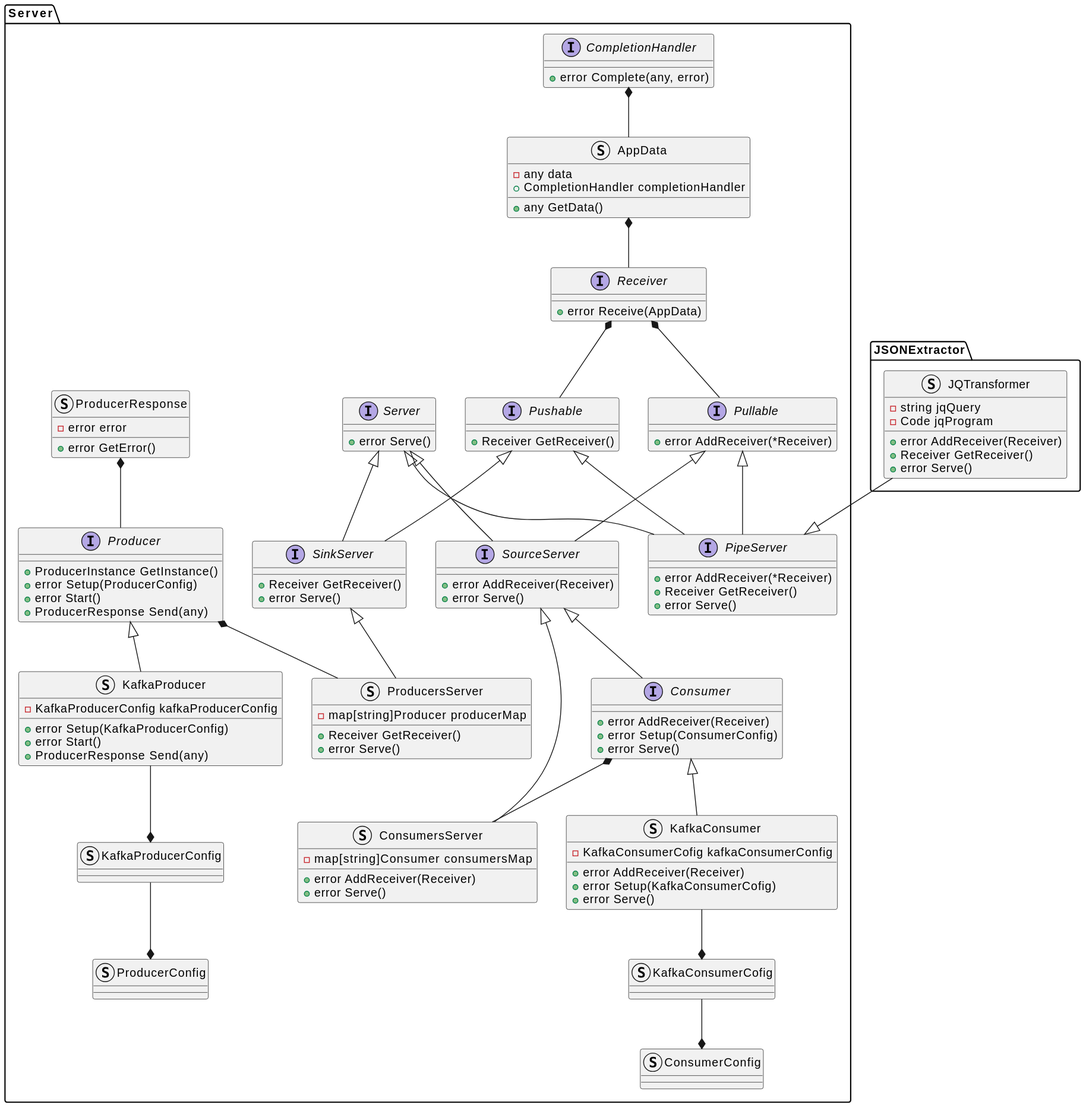
The PlantUML diagram docs/design_notes/DN1_JSON_Extractor/class_diagram.svg in xtuml/otel2pv, before a commit. Source of this version:
```plantuml
@startuml
namespace Server {
    interface CompletionHandler {
        +error Complete(any, error)
    }
    struct AppData {
        -any data
        +CompletionHandler completionHandler
        +any GetData()
    }
    interface Receiver {
        +error Receive(AppData)
    }
    interface Server {
        +error Serve()
    }
    interface Pullable {
        +error AddReceiver(*Receiver)
    }
    interface Pushable {
        +Receiver GetReceiver()
    }
    interface SourceServer {
        +error AddReceiver(Receiver)
        +error Serve()
    }
    interface SinkServer {
        +Receiver GetReceiver()
        +error Serve()
    }
    interface PipeServer {
        +error AddReceiver(*Receiver)
        +Receiver GetReceiver()
        +error Serve()
    }
    struct ProducerResponse {
        -error error
        +error GetError()
    }
    interface Producer {
        +ProducerInstance GetInstance()
        +error Setup(ProducerConfig)
        +error Start()
        +ProducerResponse Send(any)
    }
    interface Consumer {
        +error AddReceiver(Receiver)
        +error Setup(ConsumerConfig)
        +error Serve()
    }
    struct KafkaConsumer {
        -KafkaConsumerCofig kafkaConsumerConfig
        +error AddReceiver(Receiver)
        +error Setup(KafkaConsumerCofig)
        +error Serve()
    }
    struct KafkaProducer {
        -KafkaProducerConfig kafkaProducerConfig
        +error Setup(KafkaProducerConfig)
        +error Start()
        +ProducerResponse Send(any)
    }
    struct ProducersServer {
        -map[string]Producer producerMap
        +Receiver GetReceiver()
        +error Serve()
    }
    struct ConsumersServer {
        -map[string]Consumer consumersMap
        +error AddReceiver(Receiver)
        +error Serve()
    }
    struct KafkaConsumerCofig
    struct KafkaProducerConfig
    struct ProducerConfig
    struct ConsumerConfig
}
namespace JSONExtractor {
    struct JQTransformer {
        -string jqQuery
        -Code jqProgram
        +error AddReceiver(Receiver)
        +Receiver GetReceiver()
        +error Serve()
    }
}
Server.CompletionHandler *-- Server.AppData
Server.AppData *-- Server.Receiver
Server.Receiver *-- Server.Pullable
Server.Receiver *-- Server.Pushable
Server.Server <|-- Server.SourceServer
Server.Pullable <|-- Server.SourceServer
Server.Server <|-- Server.SinkServer
Server.Pushable <|-- Server.SinkServer
Server.Pushable <|-- Server.PipeServer
Server.Pullable <|-- Server.PipeServer
Server.Server <|-- Server.PipeServer

Server.ProducerResponse *-- Server.Producer
Server.Producer <|-- Server.KafkaProducer
Server.Consumer <|-- Server.KafkaConsumer
Server.Producer *-- Server.ProducersServer
Server.SinkServer <|-- Server.ProducersServer
Server.SourceServer <|-- Server.ConsumersServer
Server.Consumer *-- Server.ConsumersServer
Server.SourceServer <|-- Server.Consumer

Server.KafkaConsumerCofig *-up- Server.KafkaConsumer
Server.KafkaProducerConfig *-up- Server.KafkaProducer

Server.PipeServer <|-up- JSONExtractor.JQTransformer

Server.ProducerConfig *-up- Server.KafkaProducerConfig
Server.ConsumerConfig *-up- Server.KafkaConsumerCofig
@enduml
```
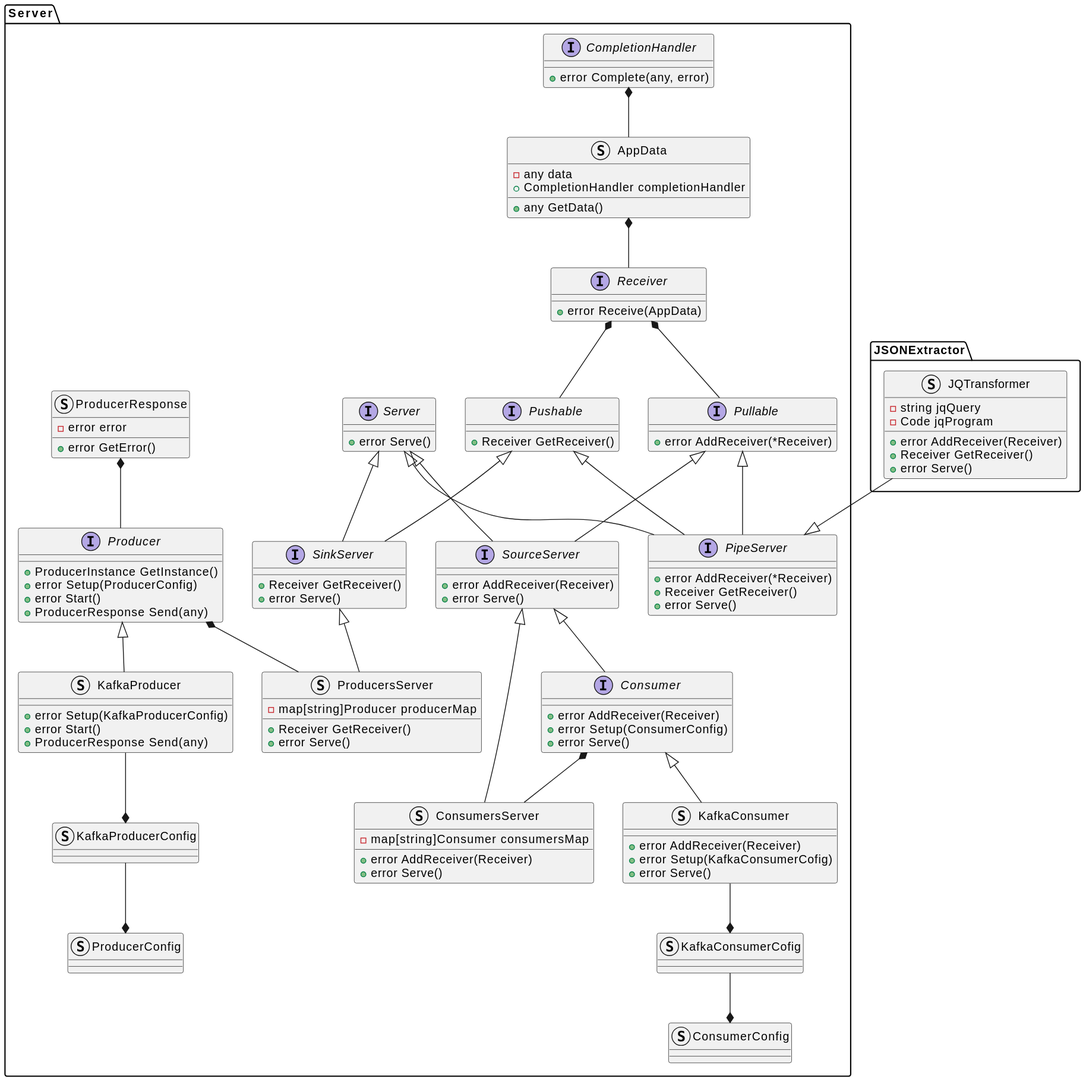
Above is the later version.

Commit message:
CDSOPV-26 update class diagrams

Change to the diagram source:
```diff
@@ -49,13 +49,11 @@
         +error Serve()
     }
     struct KafkaConsumer {
-        -KafkaConsumerCofig kafkaConsumerConfig
         +error AddReceiver(Receiver)
         +error Setup(KafkaConsumerCofig)
         +error Serve()
     }
     struct KafkaProducer {
-        -KafkaProducerConfig kafkaProducerConfig
         +error Setup(KafkaProducerConfig)
         +error Start()
         +ProducerResponse Send(any)
```
